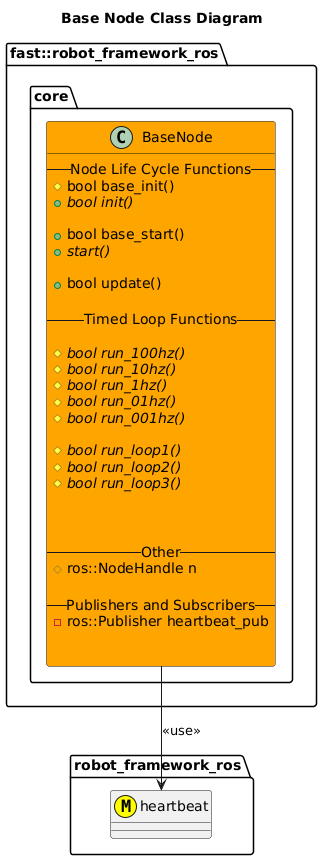
fastrobotics/robot_framework_ros keeps this PlantUML diagram as include/robot_framework_ros/doc/puml/BaseNodeClassDiagram.png. Above is the earlier version. Its diagram source:
```plantuml
@startuml
title Base Node Class Diagram
namespace robot_framework_ros {
    class heartbeat <<(M,#FFFF00)>>
}
namespace fast::robot_framework_ros {
    namespace core {
        class BaseNode #Orange{
            --Node Life Cycle Functions--
            #bool base_init()
            +{abstract} bool init()

            +bool base_start()
            +{abstract} start()

            +bool update()

            --Timed Loop Functions--

            #{abstract} bool run_100hz()
            #{abstract} bool run_10hz()
            #{abstract} bool run_1hz()
            #{abstract} bool run_01hz()
            #{abstract} bool run_001hz()

            #{abstract} bool run_loop1()
            #{abstract} bool run_loop2()
            #{abstract} bool run_loop3()



            --Other--
            #ros::NodeHandle n

            --Publishers and Subscribers--
            -ros::Publisher heartbeat_pub


        }
        BaseNode --> heartbeat: <<use>>

    }
}
@enduml
```
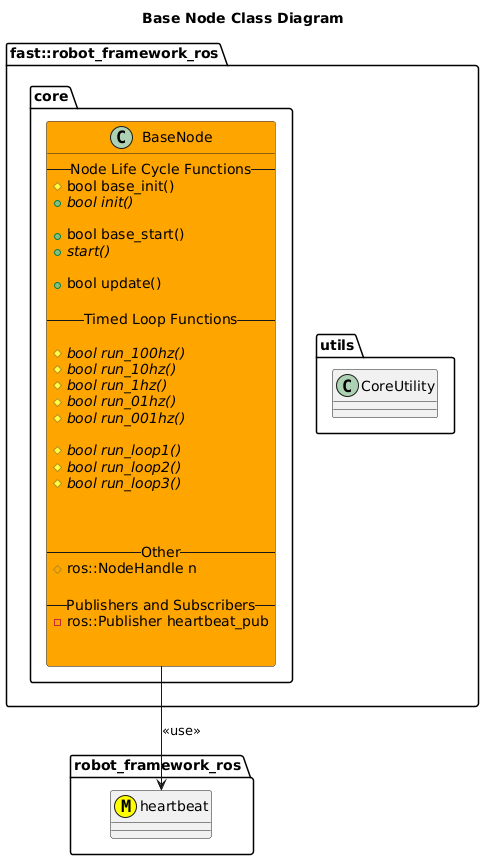
Later version of the same file.

Diff of the diagram source:
```diff
@@ -4,6 +4,9 @@
     class heartbeat <<(M,#FFFF00)>>
 }
 namespace fast::robot_framework_ros {
+    namespace utils {
+        class CoreUtility
+    }
     namespace core {
         class BaseNode #Orange{
             --Node Life Cycle Functions--
```
